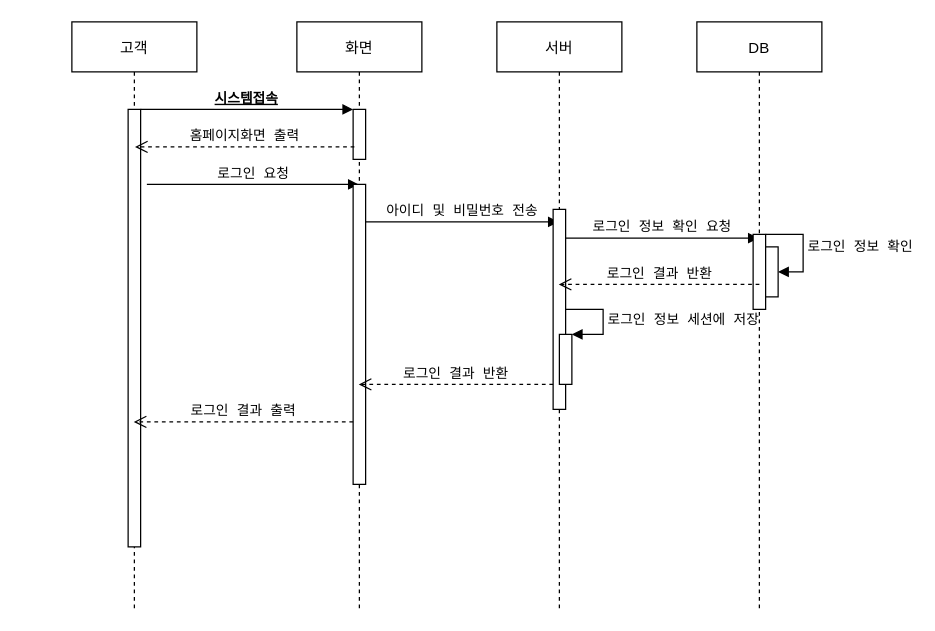
Earlier version of the draw.io diagram page "로그인" (2 of 8) of 3.DB설계/시퀀스 다이어그램.drawio (ostrichick/MaruProject). Source tidied: cells renumbered, new cells numbered last; positions are measured from the earlier drawing's top-left corner, leaving out a move shared by most shapes. Both pictures are drawn from the tidied source at 125%, with x=0, y=0 at pixel (71, 21).
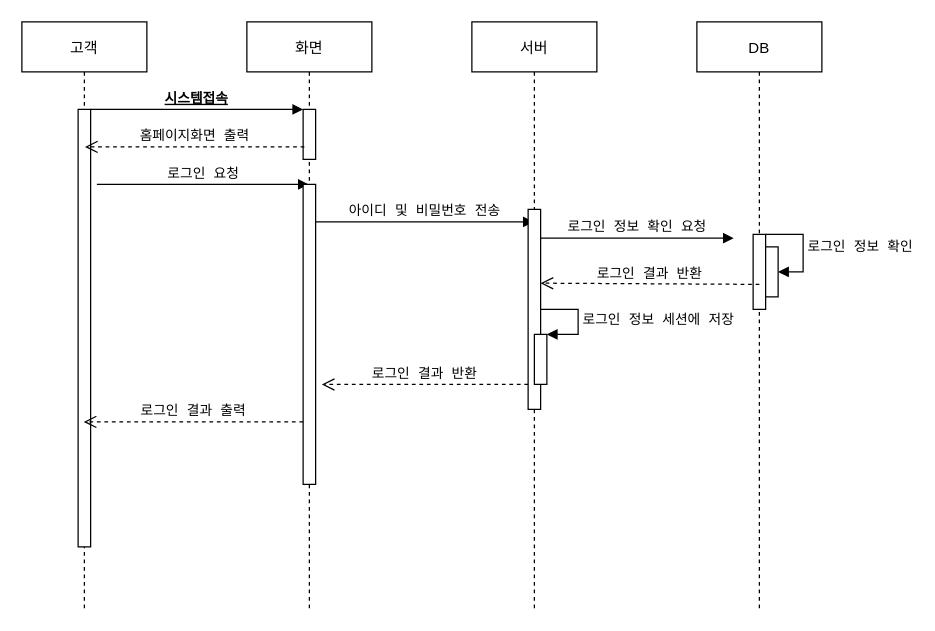
After the change.

Unchanged cells that the change refers to:
```xml
<mxCell id="9" style="html=1;points=[];perimeter=orthogonalPerimeter;fontFamily=Lucida Console;" parent="5" vertex="1">
  <mxGeometry x="45" y="130" width="10" height="240" as="geometry" />
</mxCell>
<mxCell id="13" style="html=1;points=[];perimeter=orthogonalPerimeter;fontFamily=Lucida Console;" parent="12" vertex="1">
  <mxGeometry x="45" y="150" width="10" height="160" as="geometry" />
</mxCell>
<mxCell id="18" value="DB" style="shape=umlLifeline;perimeter=lifelinePerimeter;rounded=0;shadow=0;strokeWidth=1;" parent="1" vertex="1">
  <mxGeometry x="500" width="100" height="470" as="geometry" />
</mxCell>
```

What changed in the source:
```diff
@@
     <mxCell id="2" value="고객" style="shape=umlLifeline;perimeter=lifelinePerimeter;rounded=0;shadow=0;strokeWidth=1;" parent="1" vertex="1">
-      <mxGeometry width="100" height="470" as="geometry" />
+      <mxGeometry x="-40" width="100" height="470" as="geometry" />
     </mxCell>
@@
     <mxCell id="5" value="화면" style="shape=umlLifeline;perimeter=lifelinePerimeter;rounded=0;shadow=0;strokeWidth=1;" parent="1" vertex="1">
-      <mxGeometry x="180" width="100" height="470" as="geometry" />
+      <mxGeometry x="140" width="100" height="470" as="geometry" />
     </mxCell>
@@
     <mxCell id="12" value="서버" style="shape=umlLifeline;perimeter=lifelinePerimeter;rounded=0;shadow=0;strokeWidth=1;" parent="1" vertex="1">
-      <mxGeometry x="340" width="100" height="470" as="geometry" />
+      <mxGeometry x="320" width="100" height="470" as="geometry" />
     </mxCell>
@@
-    <mxCell id="15" value="로그인 결과 반환" style="html=1;verticalAlign=bottom;endArrow=open;dashed=1;endSize=8;rounded=0;fontFamily=Lucida Console;" parent="12" edge="1">
+    <mxCell id="15" value="로그인 결과 반환" style="html=1;verticalAlign=bottom;endArrow=open;dashed=1;endSize=8;rounded=0;fontFamily=Lucida Console;entryX=1.5;entryY=0.667;entryDx=0;entryDy=0;entryPerimeter=0;" parent="12" edge="1" target="9">
       <mxGeometry relative="1" as="geometry">
         <mxPoint x="45" y="290" as="sourcePoint" />
-        <mxPoint x="-110.5" y="290" as="targetPoint" />
       </mxGeometry>
     </mxCell>
@@
-    <mxCell id="20" value="로그인 결과 반환" style="html=1;verticalAlign=bottom;endArrow=open;dashed=1;endSize=8;rounded=0;fontFamily=Lucida Console;" parent="18" edge="1">
+    <mxCell id="20" value="로그인 결과 반환" style="html=1;verticalAlign=bottom;endArrow=open;dashed=1;endSize=8;rounded=0;fontFamily=Lucida Console;entryX=1;entryY=0.369;entryDx=0;entryDy=0;entryPerimeter=0;" parent="18" edge="1" target="13">
       <mxGeometry relative="1" as="geometry">
         <mxPoint x="50" y="210" as="sourcePoint" />
-        <mxPoint x="-110.5" y="210" as="targetPoint" />
       </mxGeometry>
     </mxCell>
```
